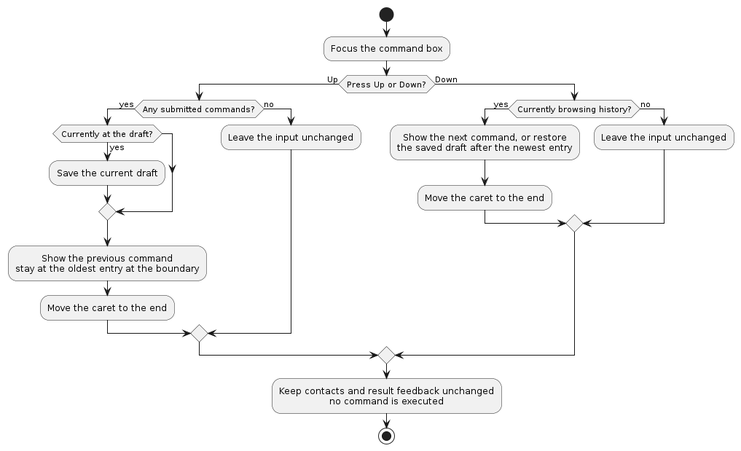
Earlier version of the PlantUML export diagrams/CommandHistoryActivityDiagram.png (AY2627S1-CS2103T-F15-3/tp). Its source is kept beside it as diagrams/CommandHistoryActivityDiagram.puml.
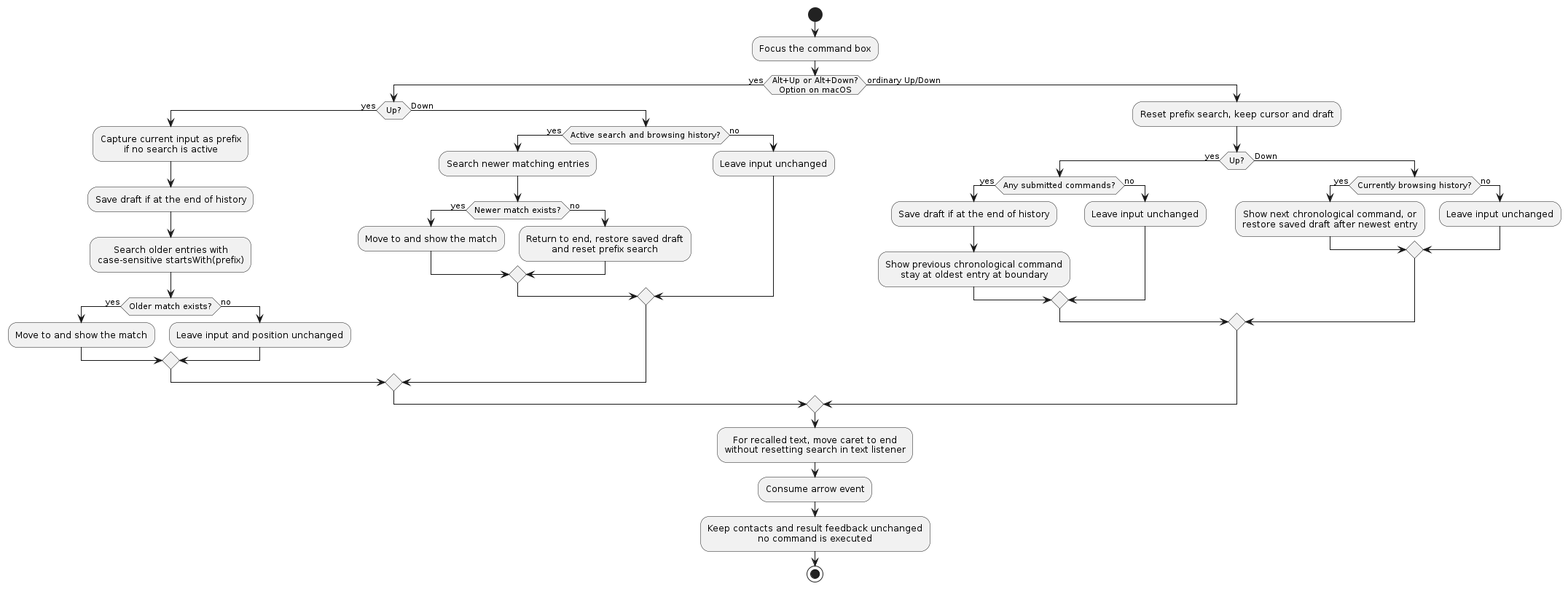
Later version of the same file.

The edit, as a diff of the source:
```diff
@@ -3,25 +3,47 @@
 skinparam ArrowFontStyle plain
 start
 :Focus the command box;
-if (Press Up or Down?) then (Up)
-  if (Any submitted commands?) then (yes)
-    if (Currently at the draft?) then (yes)
-      :Save the current draft;
+if (Alt+Up or Alt+Down?\nOption on macOS) then (yes)
+  if (Up?) then (yes)
+    :Capture current input as prefix\nif no search is active;
+    :Save draft if at the end of history;
+    :Search older entries with\ncase-sensitive startsWith(prefix);
+    if (Older match exists?) then (yes)
+      :Move to and show the match;
+    else (no)
+      :Leave input and position unchanged;
     endif
-    :Show the previous command\nstay at the oldest entry at the boundary;
-    :Move the caret to the end;
-  else (no)
-    :Leave the input unchanged;
+  else (Down)
+    if (Active search and browsing history?) then (yes)
+      :Search newer matching entries;
+      if (Newer match exists?) then (yes)
+        :Move to and show the match;
+      else (no)
+        :Return to end, restore saved draft\nand reset prefix search;
+      endif
+    else (no)
+      :Leave input unchanged;
+    endif
   endif
-else (Down)
-  if (Currently browsing history?) then (yes)
-    :Show the next command, or restore
-the saved draft after the newest entry;
-    :Move the caret to the end;
-  else (no)
-    :Leave the input unchanged;
+else (ordinary Up/Down)
+  :Reset prefix search, keep cursor and draft;
+  if (Up?) then (yes)
+    if (Any submitted commands?) then (yes)
+      :Save draft if at the end of history;
+      :Show previous chronological command\nstay at oldest entry at boundary;
+    else (no)
+      :Leave input unchanged;
+    endif
+  else (Down)
+    if (Currently browsing history?) then (yes)
+      :Show next chronological command, or\nrestore saved draft after newest entry;
+    else (no)
+      :Leave input unchanged;
+    endif
   endif
 endif
+:For recalled text, move caret to end\nwithout resetting search in text listener;
+:Consume arrow event;
 :Keep contacts and result feedback unchanged\nno command is executed;
 stop
 @enduml
```
